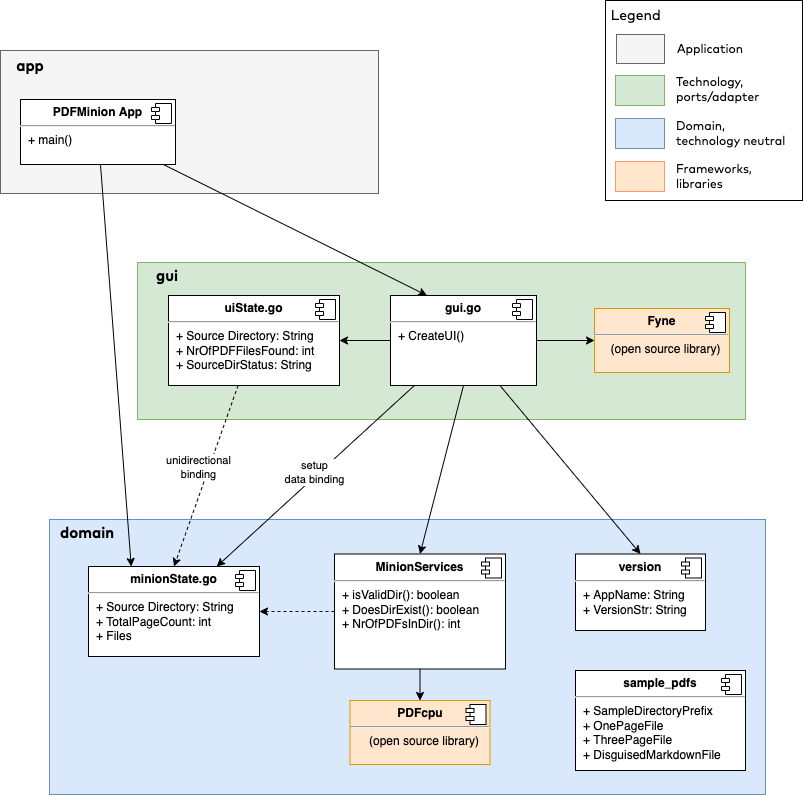
Above: doc/PDFminion-BuildingBlocks.drawio.png in gernotstarke/step-by-step-architecture (draw.io), before the change. Source tidied: cells renumbered, new cells last; positions are measured from the earlier drawing's top-left corner, leaving out a move shared by most shapes.
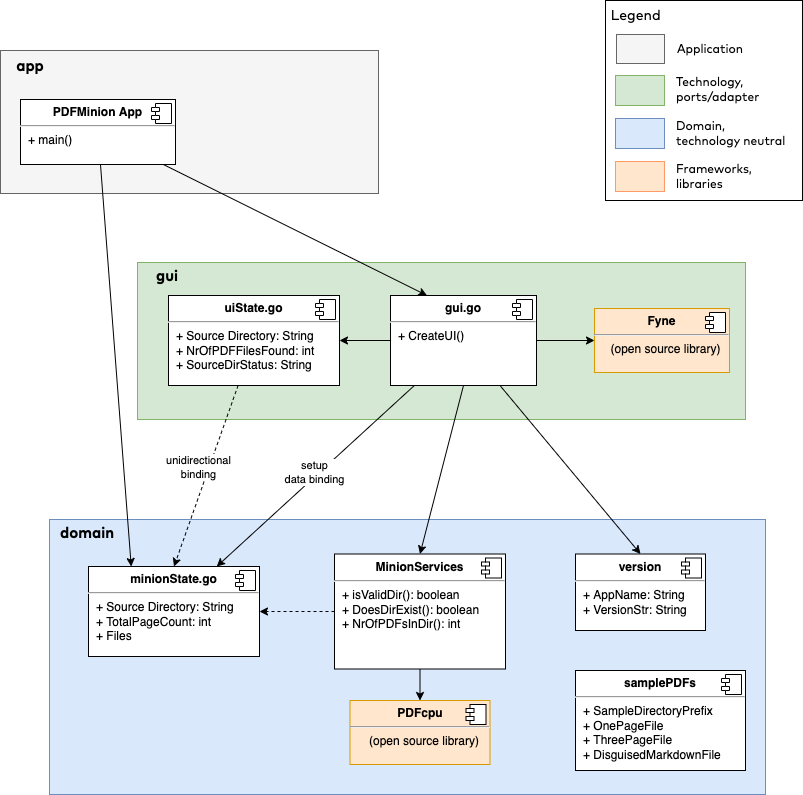
After the change.

The edit, as a diff of the source:
```diff
@@ -154,7 +154,7 @@
     <mxCell id="45" value="Frameworks, libraries" style="text;html=1;strokeColor=none;fillColor=none;align=left;verticalAlign=middle;whiteSpace=wrap;rounded=0;fontFamily=Mark Pro;fontSize=12;" parent="36" vertex="1">
       <mxGeometry x="69" y="161" width="121" height="30" as="geometry" />
     </mxCell>
-    <mxCell id="46" value="&lt;p style=&quot;margin:0px;margin-top:6px;text-align:center;&quot;&gt;&lt;b&gt;sample_pdfs&lt;/b&gt;&lt;/p&gt;&lt;hr&gt;&lt;p style=&quot;margin:0px;margin-left:8px;&quot;&gt;&lt;span style=&quot;background-color: initial;&quot;&gt;+ SampleDirectoryPrefix&lt;/span&gt;&lt;/p&gt;&lt;p style=&quot;margin:0px;margin-left:8px;&quot;&gt;&lt;span style=&quot;background-color: initial;&quot;&gt;+ OnePageFile&lt;/span&gt;&lt;/p&gt;&lt;p style=&quot;margin:0px;margin-left:8px;&quot;&gt;&lt;span style=&quot;background-color: initial;&quot;&gt;+ ThreePageFile&lt;/span&gt;&lt;/p&gt;&lt;p style=&quot;margin:0px;margin-left:8px;&quot;&gt;&lt;span style=&quot;background-color: initial;&quot;&gt;+ DisguisedMarkdownFile&lt;/span&gt;&lt;/p&gt;" style="align=left;overflow=fill;html=1;" parent="1" vertex="1">
+    <mxCell id="46" value="&lt;p style=&quot;margin:0px;margin-top:6px;text-align:center;&quot;&gt;&lt;b&gt;samplePDFs&lt;/b&gt;&lt;/p&gt;&lt;hr&gt;&lt;p style=&quot;margin:0px;margin-left:8px;&quot;&gt;&lt;span style=&quot;background-color: initial;&quot;&gt;+ SampleDirectoryPrefix&lt;/span&gt;&lt;/p&gt;&lt;p style=&quot;margin:0px;margin-left:8px;&quot;&gt;&lt;span style=&quot;background-color: initial;&quot;&gt;+ OnePageFile&lt;/span&gt;&lt;/p&gt;&lt;p style=&quot;margin:0px;margin-left:8px;&quot;&gt;&lt;span style=&quot;background-color: initial;&quot;&gt;+ ThreePageFile&lt;/span&gt;&lt;/p&gt;&lt;p style=&quot;margin:0px;margin-left:8px;&quot;&gt;&lt;span style=&quot;background-color: initial;&quot;&gt;+ DisguisedMarkdownFile&lt;/span&gt;&lt;/p&gt;" style="align=left;overflow=fill;html=1;" parent="1" vertex="1">
       <mxGeometry x="575" y="670" width="170" height="100" as="geometry" />
     </mxCell>
     <mxCell id="47" style="shape=component;jettyWidth=8;jettyHeight=4;" parent="46" vertex="1">
```
